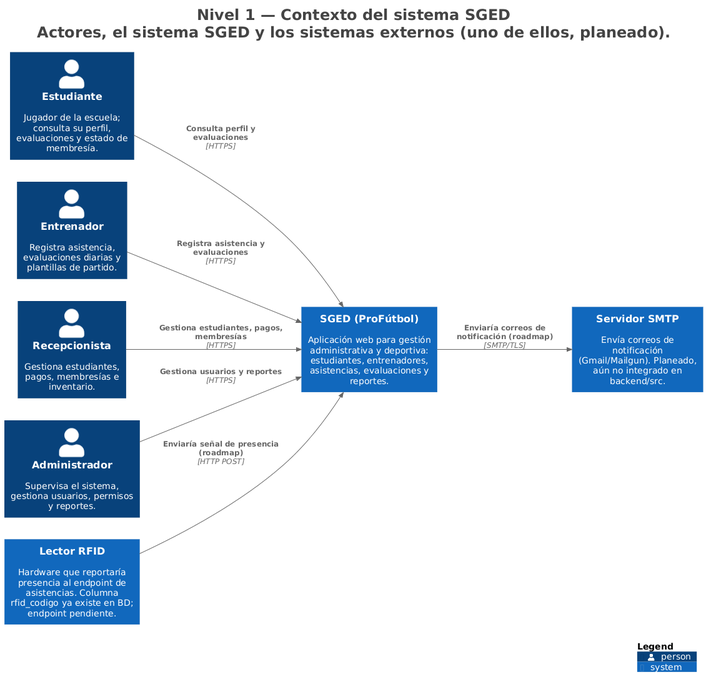
The PlantUML diagram docs/arquitectura/L1-contexto.png in DarwinSM21/SGED_APPWEB, before a commit.
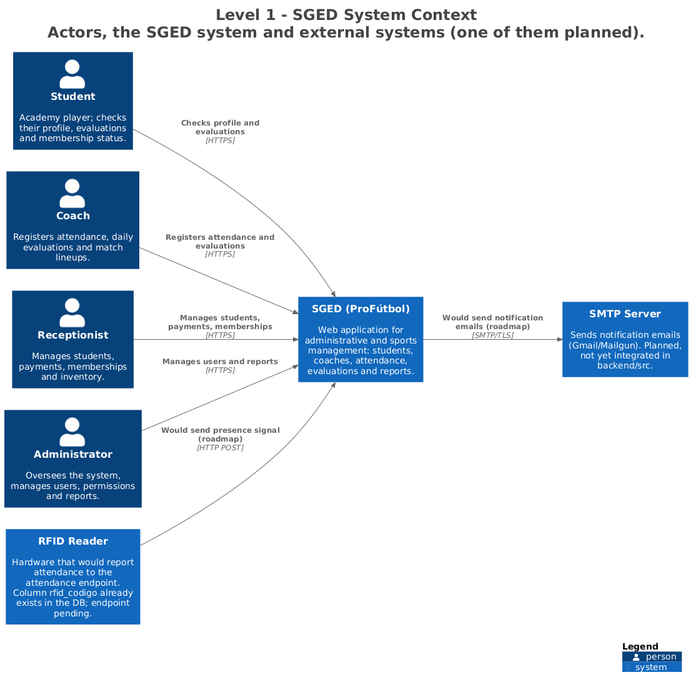
Above is the later version.

Diff of the diagram source:
```diff
@@ -1,5 +1,5 @@
 @startuml
-title <size:24>Nivel 1 — Contexto del sistema SGED</size>\n<size:24>Actores, el sistema SGED y los sistemas externos (uno de ellos, planeado).</size>
+title <size:24>Level 1 - SGED System Context</size>\n<size:24>Actors, the SGED system and external systems (one of them planned).</size>
 
 set separator none
 left to right direction
@@ -14,20 +14,20 @@
 !include <C4/C4>
 !include <C4/C4_Context>
 
-Person(Estudiante, "Estudiante", $descr="Jugador de la escuela; consulta su perfil, evaluaciones y estado de membresía.", $tags="", $link="")
-Person(Entrenador, "Entrenador", $descr="Registra asistencia, evaluaciones diarias y plantillas de partido.", $tags="", $link="")
-Person(Recepcionista, "Recepcionista", $descr="Gestiona estudiantes, pagos, membresías e inventario.", $tags="", $link="")
-Person(Administrador, "Administrador", $descr="Supervisa el sistema, gestiona usuarios, permisos y reportes.", $tags="", $link="")
-System(ServidorSMTP, "Servidor SMTP", $descr="Envía correos de notificación (Gmail/Mailgun). Planeado, aún no integrado en backend/src.", $tags="", $link="")
-System(LectorRFID, "Lector RFID", $descr="Hardware que reportaría presencia al endpoint de asistencias. Columna rfid_codigo ya existe en BD; endpoint pendiente.", $tags="", $link="")
-System(SGEDProFútbol, "SGED (ProFútbol)", $descr="Aplicación web para gestión administrativa y deportiva: estudiantes, entrenadores, asistencias, evaluaciones y reportes.", $tags="", $link="")
+Person(Student, "Student", $descr="Academy player; checks their profile, evaluations and membership status.", $tags="", $link="")
+Person(Coach, "Coach", $descr="Registers attendance, daily evaluations and match lineups.", $tags="", $link="")
+Person(Receptionist, "Receptionist", $descr="Manages students, payments, memberships and inventory.", $tags="", $link="")
+Person(Administrator, "Administrator", $descr="Oversees the system, manages users, permissions and reports.", $tags="", $link="")
+System(SMTPServer, "SMTP Server", $descr="Sends notification emails (Gmail/Mailgun). Planned, not yet integrated in backend/src.", $tags="", $link="")
+System(RFIDReader, "RFID Reader", $descr="Hardware that would report attendance to the attendance endpoint. Column rfid_codigo already exists in the DB; endpoint pending.", $tags="", $link="")
+System(SGEDProFútbol, "SGED (ProFútbol)", $descr="Web application for administrative and sports management: students, coaches, attendance, evaluations and reports.", $tags="", $link="")
 
-Rel(Estudiante, SGEDProFútbol, "Consulta perfil y evaluaciones", $techn="HTTPS", $tags="", $link="")
-Rel(Entrenador, SGEDProFútbol, "Registra asistencia y evaluaciones", $techn="HTTPS", $tags="", $link="")
-Rel(Recepcionista, SGEDProFútbol, "Gestiona estudiantes, pagos, membresías", $techn="HTTPS", $tags="", $link="")
-Rel(Administrador, SGEDProFútbol, "Gestiona usuarios y reportes", $techn="HTTPS", $tags="", $link="")
-Rel(SGEDProFútbol, ServidorSMTP, "Enviaría correos de notificación (roadmap)", $techn="SMTP/TLS", $tags="", $link="")
-Rel(LectorRFID, SGEDProFútbol, "Enviaría señal de presencia (roadmap)", $techn="HTTP POST", $tags="", $link="")
+Rel(Student, SGEDProFútbol, "Checks profile and evaluations", $techn="HTTPS", $tags="", $link="")
+Rel(Coach, SGEDProFútbol, "Registers attendance and evaluations", $techn="HTTPS", $tags="", $link="")
+Rel(Receptionist, SGEDProFútbol, "Manages students, payments, memberships", $techn="HTTPS", $tags="", $link="")
+Rel(Administrator, SGEDProFútbol, "Manages users and reports", $techn="HTTPS", $tags="", $link="")
+Rel(SGEDProFútbol, SMTPServer, "Would send notification emails (roadmap)", $techn="SMTP/TLS", $tags="", $link="")
+Rel(RFIDReader, SGEDProFútbol, "Would send presence signal (roadmap)", $techn="HTTP POST", $tags="", $link="")
 
 SHOW_LEGEND(true)
 hide stereotypes
```
